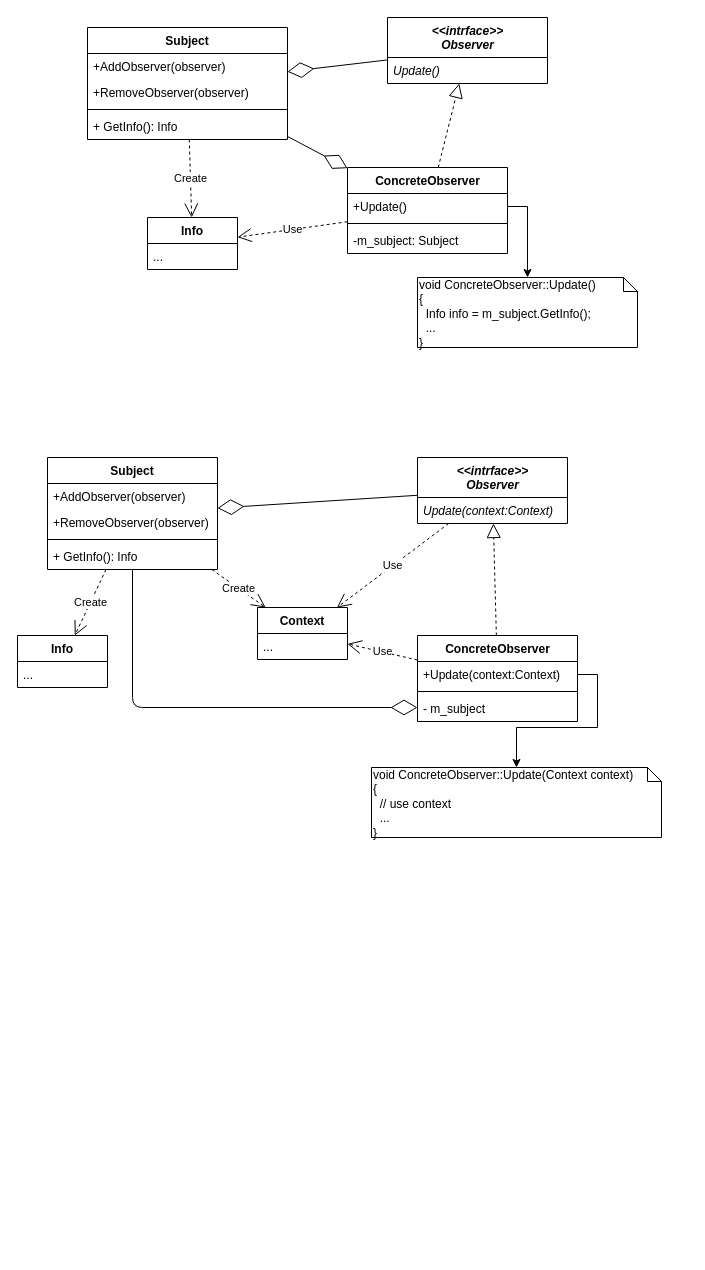
Earlier version of the draw.io diagram lectures/02.observer/observer.drawio (alexey-malov/ood). Source tidied: cells renumbered, new cells numbered last; positions are measured from the earlier drawing's top-left corner, leaving out a move shared by most shapes. Both pictures are drawn from the tidied source at 100%, with x=0, y=0 at pixel (17, 17).
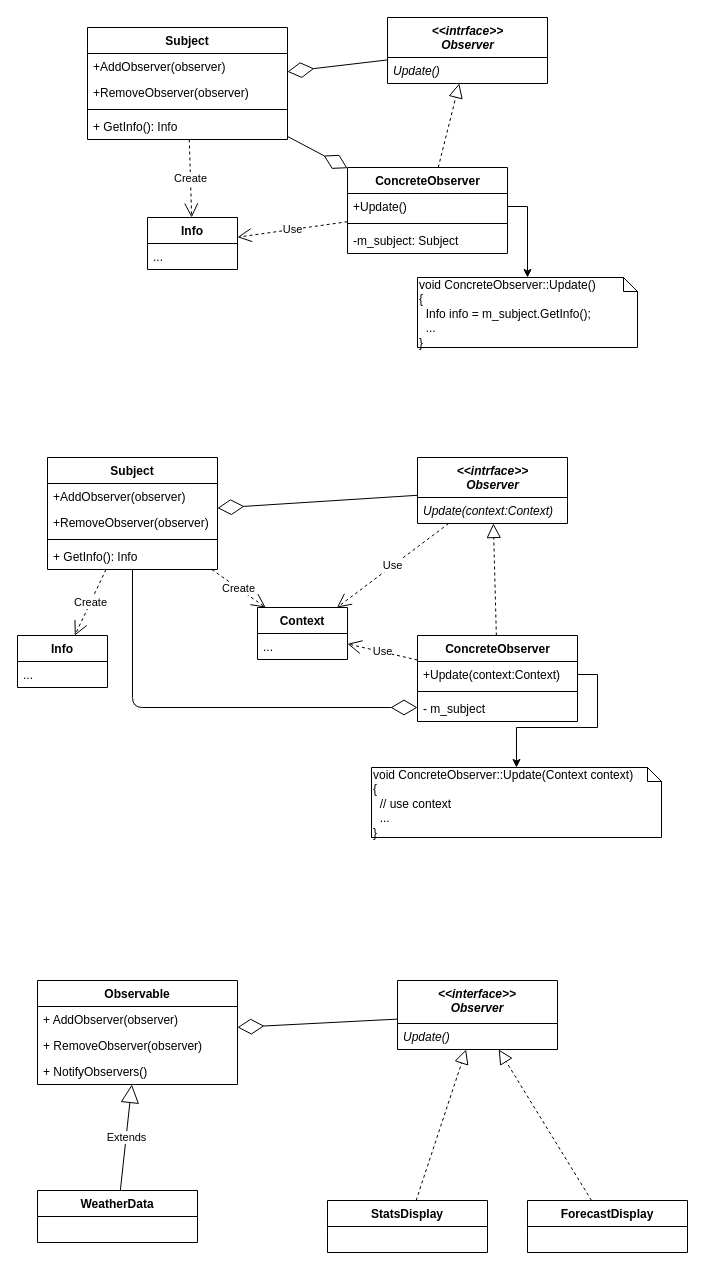
The same diagram, later.

Commit message (it also covers changes not shown here):
Update observer pattern lecture

Change to the diagram source:
```diff
@@
+    <mxCell id="46" value="WeatherData" style="swimlane;fontStyle=1;align=center;verticalAlign=top;horizontal=1;startSize=26;" parent="1" vertex="1">
+      <mxGeometry x="20" y="1173" width="160" height="52" as="geometry" />
+    </mxCell>
+    <mxCell id="47" value="Observable" style="swimlane;fontStyle=1;align=center;verticalAlign=top;horizontal=1;startSize=26;" parent="1" vertex="1">
+      <mxGeometry x="20" y="963" width="200" height="104" as="geometry" />
+    </mxCell>
+    <mxCell id="48" value="+ AddObserver(observer)" style="text;strokeColor=none;fillColor=none;align=left;verticalAlign=top;spacingLeft=4;spacingRight=4;overflow=hidden;" parent="47" vertex="1">
+      <mxGeometry y="26" width="200" height="26" as="geometry" />
+    </mxCell>
+    <mxCell id="49" value="+ RemoveObserver(observer)" style="text;strokeColor=none;fillColor=none;align=left;verticalAlign=top;spacingLeft=4;spacingRight=4;overflow=hidden;" parent="47" vertex="1">
+      <mxGeometry y="52" width="200" height="26" as="geometry" />
+    </mxCell>
+    <mxCell id="50" value="+ NotifyObservers()" style="text;strokeColor=none;fillColor=none;align=left;verticalAlign=top;spacingLeft=4;spacingRight=4;overflow=hidden;" parent="47" vertex="1">
+      <mxGeometry y="78" width="200" height="26" as="geometry" />
+    </mxCell>
+    <mxCell id="51" value="Extends" style="endArrow=block;endSize=16;endFill=0;html=1;" parent="1" edge="1" source="46" target="47">
+      <mxGeometry relative="1" as="geometry" />
+    </mxCell>
+    <mxCell id="52" value="&lt;&lt;interface&gt;&gt;&#10;Observer" style="swimlane;fontStyle=3;align=center;verticalAlign=top;horizontal=1;startSize=43;" parent="1" vertex="1">
+      <mxGeometry x="380" y="963" width="160" height="69" as="geometry" />
+    </mxCell>
+    <mxCell id="53" value="Update()" style="text;strokeColor=none;fillColor=none;align=left;verticalAlign=top;spacingLeft=4;spacingRight=4;overflow=hidden;fontStyle=2;" parent="52" vertex="1">
+      <mxGeometry y="43" width="160" height="26" as="geometry" />
+    </mxCell>
+    <mxCell id="54" value="StatsDisplay" style="swimlane;fontStyle=1;align=center;verticalAlign=top;horizontal=1;startSize=26;" parent="1" vertex="1">
+      <mxGeometry x="310" y="1183" width="160" height="52" as="geometry" />
+    </mxCell>
+    <mxCell id="55" style="endArrow=block;dashed=1;endFill=0;endSize=12;html=1;" parent="1" edge="1" source="54" target="52">
+      <mxGeometry relative="1" as="geometry" />
+    </mxCell>
+    <mxCell id="56" value="ForecastDisplay" style="swimlane;fontStyle=1;align=center;verticalAlign=top;horizontal=1;startSize=26;" parent="1" vertex="1">
+      <mxGeometry x="510" y="1183" width="160" height="52" as="geometry" />
+    </mxCell>
+    <mxCell id="57" style="endArrow=block;dashed=1;endFill=0;endSize=12;html=1;" parent="1" edge="1" source="56" target="52">
+      <mxGeometry relative="1" as="geometry" />
+    </mxCell>
+    <mxCell id="58" style="endArrow=diamondThin;endFill=0;endSize=24;html=1;" parent="1" edge="1" source="52" target="47">
+      <mxGeometry relative="1" as="geometry" />
+    </mxCell>
```
